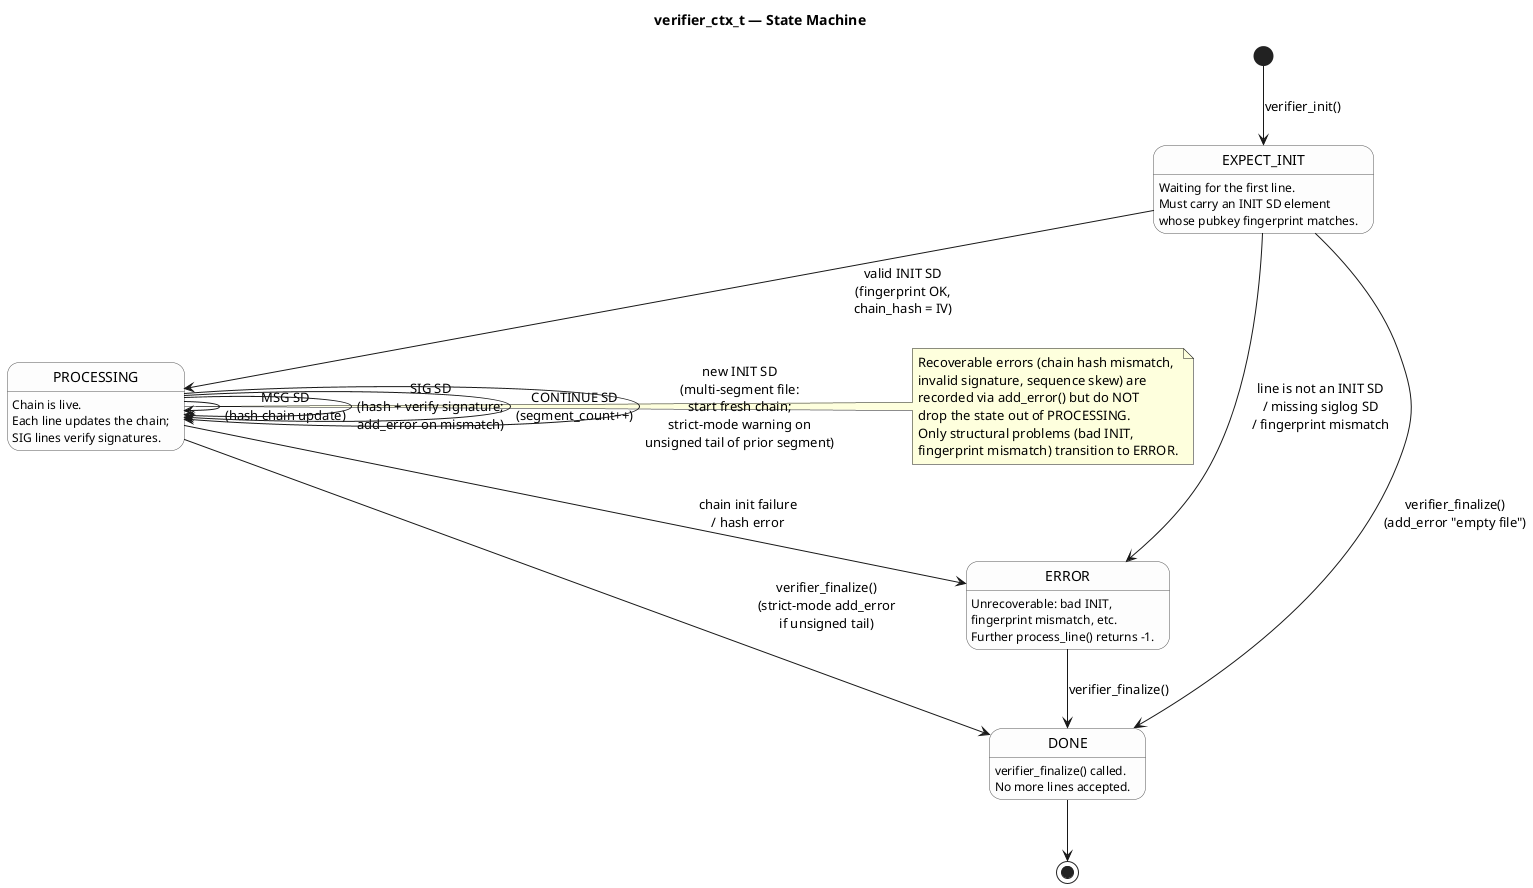
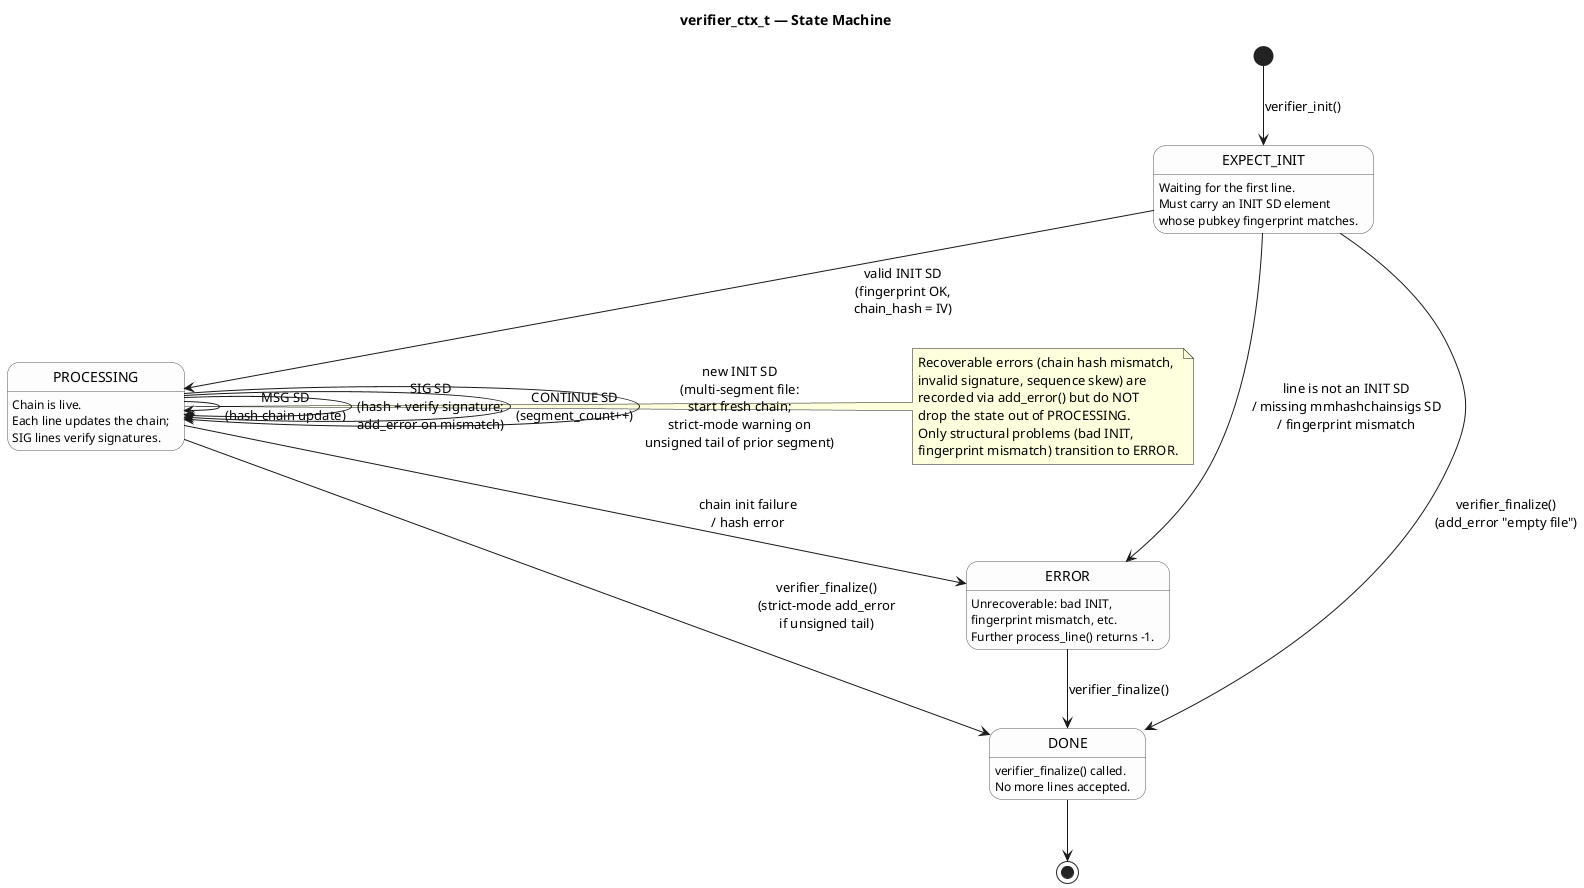
@startuml verifier-state-machine
title verifier_ctx_t — State Machine

skinparam shadowing false
skinparam state {
    BackgroundColor #fdfdfd
    BorderColor #555555
}

[*] --> EXPECT_INIT : verifier_init()

state EXPECT_INIT : Waiting for the first line.\nMust carry an INIT SD element\nwhose pubkey fingerprint matches.
state PROCESSING : Chain is live.\nEach line updates the chain;\nSIG lines verify signatures.
state ERROR : Unrecoverable: bad INIT,\nfingerprint mismatch, etc.\nFurther process_line() returns -1.
state DONE : verifier_finalize() called.\nNo more lines accepted.

EXPECT_INIT --> PROCESSING : valid INIT SD\n(fingerprint OK,\nchain_hash = IV)

- EXPECT_INIT --> ERROR : line is not an INIT SD\n/ missing siglog SD\n/ fingerprint mismatch
+ EXPECT_INIT --> ERROR : line is not an INIT SD\n/ missing mmhashchainsigs SD\n/ fingerprint mismatch

PROCESSING --> PROCESSING : MSG SD\n(hash chain update)
PROCESSING --> PROCESSING : SIG SD\n(hash + verify signature;\nadd_error on mismatch)
PROCESSING --> PROCESSING : CONTINUE SD\n(segment_count++)
PROCESSING --> PROCESSING : new INIT SD\n(multi-segment file:\nstart fresh chain;\nstrict-mode warning on\nunsigned tail of prior segment)

PROCESSING --> ERROR : chain init failure\n/ hash error

EXPECT_INIT --> DONE : verifier_finalize()\n(add_error "empty file")
PROCESSING --> DONE : verifier_finalize()\n(strict-mode add_error\nif unsigned tail)

ERROR --> DONE : verifier_finalize()

note right of PROCESSING
  Recoverable errors (chain hash mismatch,
  invalid signature, sequence skew) are
  recorded via add_error() but do NOT
  drop the state out of PROCESSING.
  Only structural problems (bad INIT,
  fingerprint mismatch) transition to ERROR.
end note

DONE --> [*]

@enduml
